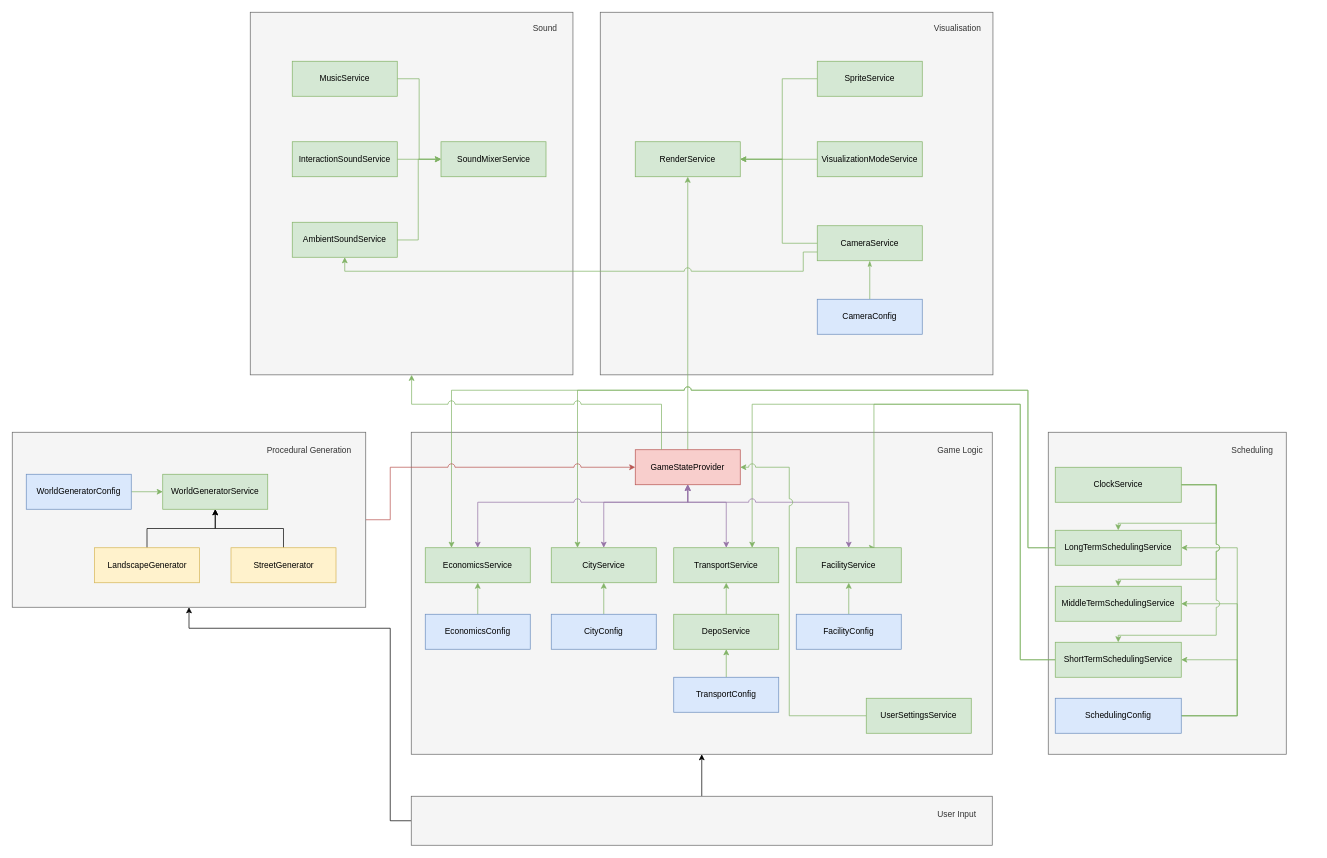
Earlier version of the draw.io diagram uml/transportflow-arch.drawio (dinomintstudio/transportflow). Source tidied: cells renumbered, new cells numbered last; positions are measured from the earlier drawing's top-left corner, leaving out a move shared by most shapes. Both pictures are drawn from the tidied source at 70%, with x=0, y=0 at pixel (12, 12).
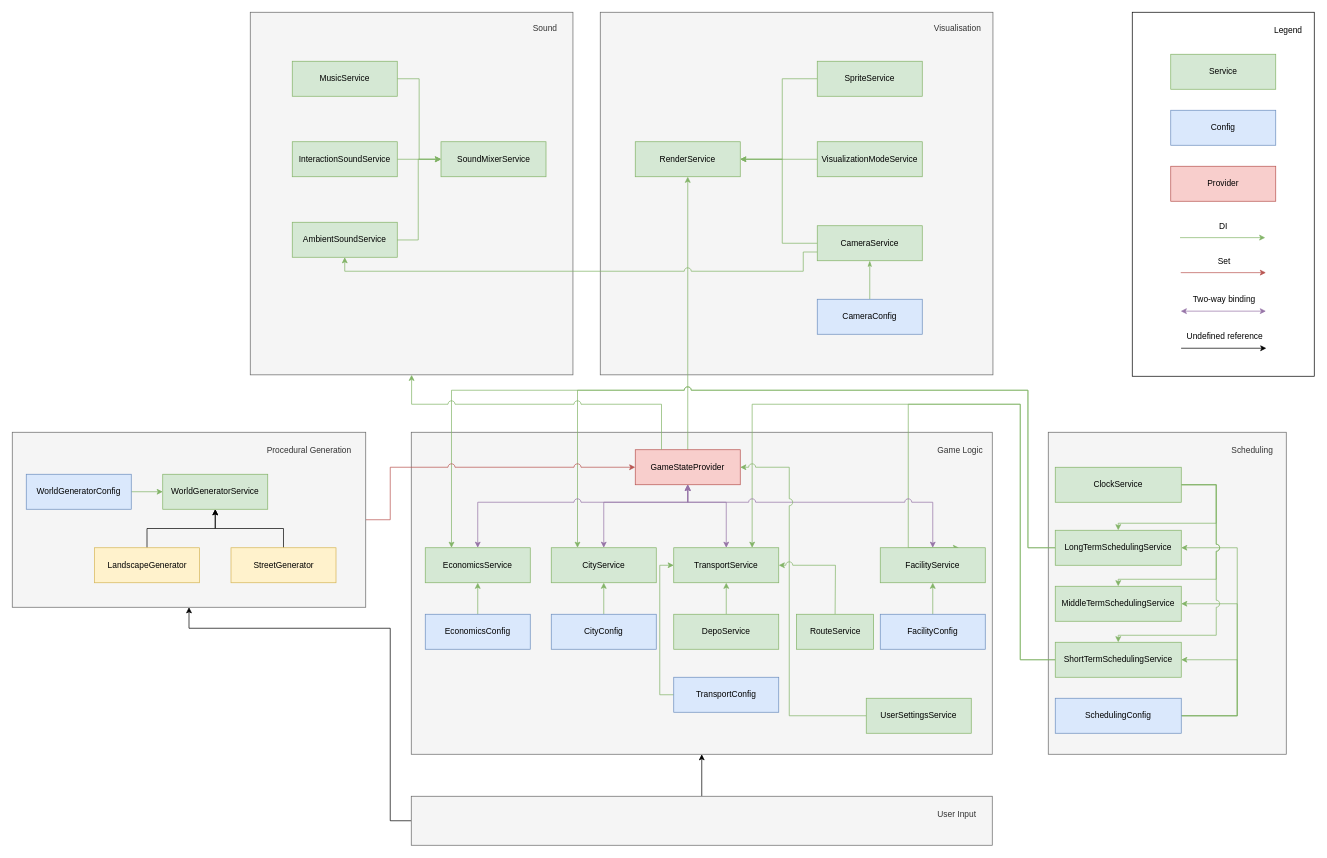
Above is the later version.

Unchanged cells that the change refers to:
```xml
<mxCell id="6" value="GameStateProvider" style="rounded=0;whiteSpace=wrap;html=1;fillColor=#f8cecc;strokeColor=#b85450;" parent="1" vertex="1">
  <mxGeometry x="890" y="625" width="150" height="50" as="geometry" />
</mxCell>
<mxCell id="24" value="ShortTermSchedulingService&lt;br&gt;" style="rounded=0;whiteSpace=wrap;html=1;fillColor=#d5e8d4;strokeColor=#82b366;" parent="1" vertex="1">
  <mxGeometry x="1490" y="900" width="180" height="50" as="geometry" />
</mxCell>
<mxCell id="42" value="TransportService" style="rounded=0;whiteSpace=wrap;html=1;fillColor=#d5e8d4;strokeColor=#82b366;" parent="1" vertex="1">
  <mxGeometry x="945" y="765" width="150" height="50" as="geometry" />
</mxCell>
<mxCell id="48" value="DepoService" style="rounded=0;whiteSpace=wrap;html=1;fillColor=#d5e8d4;strokeColor=#82b366;" parent="1" vertex="1">
  <mxGeometry x="945" y="860" width="150" height="50" as="geometry" />
</mxCell>
<mxCell id="50" value="TransportConfig" style="rounded=0;whiteSpace=wrap;html=1;fillColor=#dae8fc;strokeColor=#6c8ebf;" parent="1" vertex="1">
  <mxGeometry x="945" y="950" width="150" height="50" as="geometry" />
</mxCell>
```

Diff of the diagram source:
```diff
@@
     <mxCell id="23" style="edgeStyle=orthogonalEdgeStyle;rounded=0;jumpStyle=arc;jumpSize=10;jettySize=auto;html=1;entryX=0.75;entryY=0;entryDx=0;entryDy=0;startArrow=none;startFill=0;endArrow=classic;endFill=1;fontFamily=Helvetica;fillColor=#d5e8d4;strokeColor=#82b366;" parent="1" edge="1" source="24" target="44">
       <mxGeometry relative="1" as="geometry">
         <Array as="points">
           <mxPoint x="1440" y="925" />
           <mxPoint x="1440" y="560" />
-          <mxPoint x="1231" y="560" />
+          <mxPoint x="1280" y="560" />
         </Array>
       </mxGeometry>
     </mxCell>
@@
     <mxCell id="43" style="edgeStyle=orthogonalEdgeStyle;rounded=0;jumpStyle=arc;jumpSize=10;jettySize=auto;html=1;entryX=0.5;entryY=1;entryDx=0;entryDy=0;startArrow=classic;startFill=1;endArrow=classic;endFill=1;fontFamily=Helvetica;fillColor=#e1d5e7;strokeColor=#9673a6;exitX=0.5;exitY=0;exitDx=0;exitDy=0;" parent="1" edge="1" source="44" target="6">
       <mxGeometry relative="1" as="geometry">
         <Array as="points">
-          <mxPoint x="1195" y="700" />
+          <mxPoint x="1315" y="700" />
           <mxPoint x="965" y="700" />
         </Array>
       </mxGeometry>
     </mxCell>
     <mxCell id="44" value="FacilityService" style="rounded=0;whiteSpace=wrap;html=1;fillColor=#d5e8d4;strokeColor=#82b366;" parent="1" vertex="1">
-      <mxGeometry x="1120" y="765" width="150" height="50" as="geometry" />
+      <mxGeometry x="1240" y="765" width="150" height="50" as="geometry" />
     </mxCell>
@@
     <mxCell id="46" value="FacilityConfig" style="rounded=0;whiteSpace=wrap;html=1;fillColor=#dae8fc;strokeColor=#6c8ebf;" parent="1" vertex="1">
-      <mxGeometry x="1120" y="860" width="150" height="50" as="geometry" />
+      <mxGeometry x="1240" y="860" width="150" height="50" as="geometry" />
     </mxCell>
@@
-    <mxCell id="49" style="edgeStyle=orthogonalEdgeStyle;rounded=0;jumpStyle=arc;jumpSize=10;jettySize=auto;html=1;startArrow=none;startFill=0;endArrow=classic;endFill=1;fontFamily=Helvetica;fillColor=#d5e8d4;strokeColor=#82b366;" parent="1" edge="1" source="50" target="48">
-      <mxGeometry relative="1" as="geometry" />
+    <mxCell id="49" style="edgeStyle=orthogonalEdgeStyle;rounded=0;jumpStyle=arc;jumpSize=10;jettySize=auto;html=1;startArrow=none;startFill=0;endArrow=classic;endFill=1;fontFamily=Helvetica;fillColor=#d5e8d4;strokeColor=#82b366;entryX=0;entryY=0.5;entryDx=0;entryDy=0;" parent="1" edge="1" source="50" target="42">
+      <mxGeometry relative="1" as="geometry">
+        <Array as="points">
+          <mxPoint x="925" y="975" />
+          <mxPoint x="925" y="790" />
+        </Array>
+      </mxGeometry>
     </mxCell>
@@
+    <mxCell id="73" style="edgeStyle=orthogonalEdgeStyle;rounded=0;jumpStyle=arc;jumpSize=10;jettySize=auto;html=1;entryX=1;entryY=0.5;entryDx=0;entryDy=0;startArrow=none;startFill=0;endArrow=classic;endFill=1;fontFamily=Helvetica;fillColor=#d5e8d4;strokeColor=#82b366;" parent="1" edge="1" source="74" target="42">
+      <mxGeometry relative="1" as="geometry">
+        <Array as="points">
+          <mxPoint x="1176" y="838" />
+          <mxPoint x="1176" y="790" />
+        </Array>
+      </mxGeometry>
+    </mxCell>
+    <mxCell id="74" value="RouteService" style="rounded=0;whiteSpace=wrap;html=1;fillColor=#d5e8d4;strokeColor=#82b366;" parent="1" vertex="1">
+      <mxGeometry x="1120.5" y="860" width="110" height="50" as="geometry" />
+    </mxCell>
+    <mxCell id="75" value="Legend" style="rounded=0;whiteSpace=wrap;html=1;labelBackgroundColor=none;fillColor=#ffffff;fontFamily=Helvetica;align=left;labelPosition=right;verticalLabelPosition=top;verticalAlign=bottom;spacing=-33;spacingLeft=-24;" parent="1" vertex="1">
+      <mxGeometry x="1600" width="260" height="520" as="geometry" />
+    </mxCell>
+    <mxCell id="76" value="Service" style="rounded=0;whiteSpace=wrap;html=1;fillColor=#d5e8d4;strokeColor=#82b366;" parent="1" vertex="1">
+      <mxGeometry x="1655" y="60" width="150" height="50" as="geometry" />
+    </mxCell>
+    <mxCell id="77" value="Config&lt;br&gt;" style="rounded=0;whiteSpace=wrap;html=1;fillColor=#dae8fc;strokeColor=#6c8ebf;" parent="1" vertex="1">
+      <mxGeometry x="1655" y="140" width="150" height="50" as="geometry" />
+    </mxCell>
+    <mxCell id="78" value="Provider" style="rounded=0;whiteSpace=wrap;html=1;fillColor=#f8cecc;strokeColor=#b85450;" parent="1" vertex="1">
+      <mxGeometry x="1655" y="220" width="150" height="50" as="geometry" />
+    </mxCell>
+    <mxCell id="79" style="endArrow=classic;html=1;fontFamily=Helvetica;exitX=0.262;exitY=0.673;exitDx=0;exitDy=0;exitPerimeter=0;fillColor=#d5e8d4;strokeColor=#82b366;" parent="1" edge="1">
+      <mxGeometry relative="1" as="geometry">
+        <mxPoint x="1668.3" y="322" as="sourcePoint" />
+        <mxPoint x="1790" y="322" as="targetPoint" />
+      </mxGeometry>
+    </mxCell>
+    <mxCell id="80" value="DI" style="text;html=1;align=center;verticalAlign=middle;labelBackgroundColor=#ffffff;fontFamily=Helvetica;" parent="79" vertex="1">
+      <mxGeometry x="-0.45" y="-3" relative="1" as="geometry">
+        <mxPoint x="28.5" y="-20" as="offset" />
+      </mxGeometry>
+    </mxCell>
+    <mxCell id="81" style="endArrow=classic;html=1;fontFamily=Helvetica;exitX=0.262;exitY=0.673;exitDx=0;exitDy=0;exitPerimeter=0;fillColor=#f8cecc;strokeColor=#b85450;" parent="1" edge="1">
+      <mxGeometry relative="1" as="geometry">
+        <mxPoint x="1669.3" y="372" as="sourcePoint" />
+        <mxPoint x="1791" y="372" as="targetPoint" />
+      </mxGeometry>
+    </mxCell>
+    <mxCell id="82" value="Set" style="text;html=1;align=center;verticalAlign=middle;labelBackgroundColor=#ffffff;fontFamily=Helvetica;" parent="81" vertex="1">
+      <mxGeometry x="-0.45" y="-3" relative="1" as="geometry">
+        <mxPoint x="28.5" y="-20" as="offset" />
+      </mxGeometry>
+    </mxCell>
+    <mxCell id="83" style="endArrow=classic;html=1;fontFamily=Helvetica;exitX=0.262;exitY=0.673;exitDx=0;exitDy=0;exitPerimeter=0;fillColor=#e1d5e7;strokeColor=#9673a6;startArrow=classic;startFill=1;" parent="1" edge="1">
+      <mxGeometry relative="1" as="geometry">
+        <mxPoint x="1669.3" y="427" as="sourcePoint" />
+        <mxPoint x="1791" y="427" as="targetPoint" />
+      </mxGeometry>
+    </mxCell>
+    <mxCell id="84" value="Two-way binding" style="text;html=1;align=center;verticalAlign=middle;labelBackgroundColor=#ffffff;fontFamily=Helvetica;" parent="83" vertex="1">
+      <mxGeometry x="-0.45" y="-3" relative="1" as="geometry">
+        <mxPoint x="28.5" y="-20" as="offset" />
+      </mxGeometry>
+    </mxCell>
+    <mxCell id="85" style="endArrow=classic;html=1;fontFamily=Helvetica;exitX=0.262;exitY=0.673;exitDx=0;exitDy=0;exitPerimeter=0;" parent="1" edge="1">
+      <mxGeometry relative="1" as="geometry">
+        <mxPoint x="1669.8" y="480" as="sourcePoint" />
+        <mxPoint x="1791.5" y="480" as="targetPoint" />
+      </mxGeometry>
+    </mxCell>
+    <mxCell id="86" value="Undefined reference" style="text;html=1;align=center;verticalAlign=middle;labelBackgroundColor=#ffffff;fontFamily=Helvetica;" parent="85" vertex="1">
+      <mxGeometry x="-0.45" y="-3" relative="1" as="geometry">
+        <mxPoint x="28.5" y="-20" as="offset" />
+      </mxGeometry>
+    </mxCell>
```
